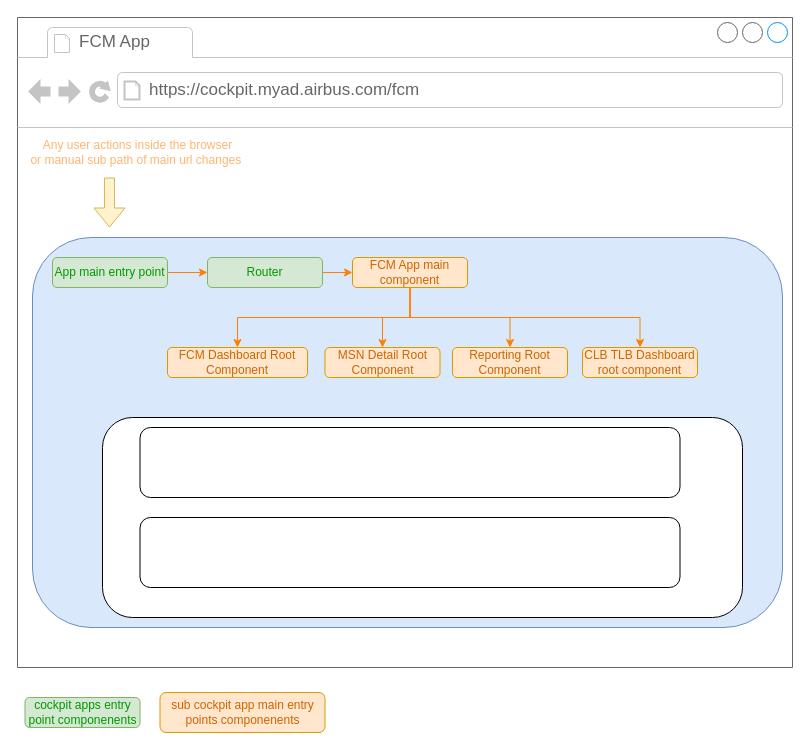
Earlier version of the draw.io diagram FCM_Cockpit.drawio (claytonbrown/aws-drawing). Source tidied: cells renumbered, new cells numbered last; positions are measured from the earlier drawing's top-left corner, leaving out a move shared by most shapes. Both pictures are drawn from the tidied source at 100%, with x=0, y=0 at pixel (17, 17).
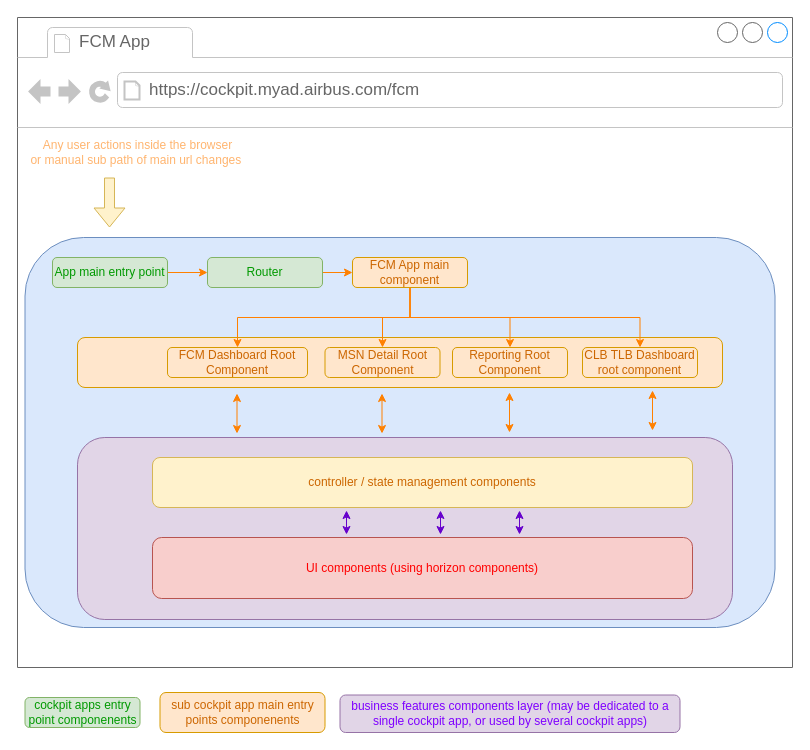
After the change.

Commit message:
component functional view done

The edit, as a diff of the source:
```diff
@@
     <mxCell id="6" style="rounded=1;whiteSpace=wrap;html=1;fillColor=#dae8fc;strokeColor=#6c8ebf;" parent="5" vertex="1">
-      <mxGeometry x="15" y="220" width="750" height="390" as="geometry" />
+      <mxGeometry x="7.5" y="220" width="750" height="390" as="geometry" />
     </mxCell>
+    <mxCell id="27" style="rounded=1;whiteSpace=wrap;html=1;fillColor=#ffe6cc;strokeColor=#d79b00;fontColor=#CC6600;" parent="5" vertex="1">
+      <mxGeometry x="60" y="320" width="645" height="50" as="geometry" />
+    </mxCell>
@@
-    <mxCell id="22" style="rounded=1;whiteSpace=wrap;html=1;fontColor=#009900;" parent="5" vertex="1">
-      <mxGeometry x="85" y="400" width="640" height="200" as="geometry" />
+    <mxCell id="22" style="rounded=1;whiteSpace=wrap;html=1;fillColor=#e1d5e7;strokeColor=#9673a6;" parent="5" vertex="1">
+      <mxGeometry x="60" y="420" width="655" height="182" as="geometry" />
     </mxCell>
-    <mxCell id="23" style="rounded=1;whiteSpace=wrap;html=1;fontColor=#009900;" parent="5" vertex="1">
-      <mxGeometry x="122.5" y="410" width="540" height="70" as="geometry" />
-    </mxCell>
-    <mxCell id="24" style="rounded=1;whiteSpace=wrap;html=1;fontColor=#009900;" parent="5" vertex="1">
-      <mxGeometry x="122.5" y="500" width="540" height="70" as="geometry" />
+    <mxCell id="24" value="&lt;span style=&quot;white-space: normal&quot;&gt;UI components (using horizon components)&lt;/span&gt;" style="rounded=1;whiteSpace=wrap;html=1;fillColor=#f8cecc;strokeColor=#b85450;fontColor=#FF0000;" parent="5" vertex="1">
+      <mxGeometry x="135" y="520" width="540" height="61" as="geometry" />
     </mxCell>
@@
+    <mxCell id="28" value="business features components layer (may be dedicated to a single cockpit app, or used by several cockpit apps)" style="rounded=1;whiteSpace=wrap;html=1;fillColor=#e1d5e7;strokeColor=#9673a6;fontColor=#7F00FF;" parent="5" vertex="1">
+      <mxGeometry x="322.5" y="677.5" width="340" height="37.5" as="geometry" />
+    </mxCell>
+    <mxCell id="23" value="controller / state management components" style="rounded=1;whiteSpace=wrap;html=1;fillColor=#fff2cc;strokeColor=#d6b656;fontColor=#CC6600;" parent="5" vertex="1">
+      <mxGeometry x="135" y="440" width="540" height="50" as="geometry" />
+    </mxCell>
+    <mxCell id="29" style="endArrow=classic;startArrow=classic;html=1;strokeColor=#FF8000;fontColor=#7F00FF;" parent="5" edge="1">
+      <mxGeometry relative="1" as="geometry">
+        <mxPoint x="219.5" y="416" as="sourcePoint" />
+        <mxPoint x="219.5" y="376" as="targetPoint" />
+      </mxGeometry>
+    </mxCell>
+    <mxCell id="30" style="endArrow=classic;startArrow=classic;html=1;strokeColor=#FF8000;fontColor=#7F00FF;" parent="5" edge="1">
+      <mxGeometry relative="1" as="geometry">
+        <mxPoint x="364.5" y="416" as="sourcePoint" />
+        <mxPoint x="364.5" y="376" as="targetPoint" />
+      </mxGeometry>
+    </mxCell>
+    <mxCell id="31" style="endArrow=classic;startArrow=classic;html=1;strokeColor=#FF8000;fontColor=#7F00FF;" parent="5" edge="1">
+      <mxGeometry relative="1" as="geometry">
+        <mxPoint x="635" y="413" as="sourcePoint" />
+        <mxPoint x="635" y="373" as="targetPoint" />
+      </mxGeometry>
+    </mxCell>
+    <mxCell id="32" style="endArrow=classic;startArrow=classic;html=1;strokeColor=#FF8000;fontColor=#7F00FF;" parent="5" edge="1">
+      <mxGeometry relative="1" as="geometry">
+        <mxPoint x="492" y="415" as="sourcePoint" />
+        <mxPoint x="492" y="375" as="targetPoint" />
+      </mxGeometry>
+    </mxCell>
+    <mxCell id="33" style="endArrow=classic;startArrow=classic;html=1;strokeColor=#6600CC;fontColor=#7F00FF;" parent="5" edge="1">
+      <mxGeometry relative="1" as="geometry">
+        <mxPoint x="502" y="517" as="sourcePoint" />
+        <mxPoint x="502" y="493" as="targetPoint" />
+      </mxGeometry>
+    </mxCell>
+    <mxCell id="34" style="endArrow=classic;startArrow=classic;html=1;strokeColor=#6600CC;fontColor=#7F00FF;" parent="5" edge="1">
+      <mxGeometry relative="1" as="geometry">
+        <mxPoint x="423" y="517" as="sourcePoint" />
+        <mxPoint x="423" y="493" as="targetPoint" />
+      </mxGeometry>
+    </mxCell>
+    <mxCell id="35" style="endArrow=classic;startArrow=classic;html=1;strokeColor=#6600CC;fontColor=#7F00FF;" parent="5" edge="1">
+      <mxGeometry relative="1" as="geometry">
+        <mxPoint x="329" y="517" as="sourcePoint" />
+        <mxPoint x="329" y="493" as="targetPoint" />
+      </mxGeometry>
+    </mxCell>
```
